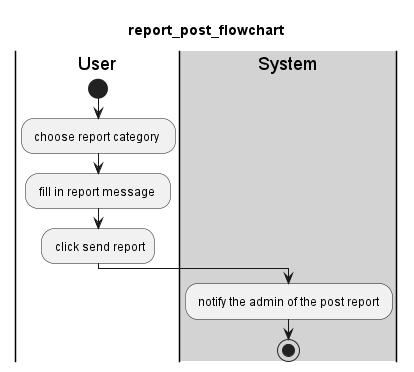
Earlier version of the PlantUML export out/Diagram/flowchart/post/report_post_flowchart/report_post_flowchart.png (KTPx4/Social_Media). Its diagram source:
```plantuml
@startuml
title report_post_flowchart
|User|
start
: choose report category  ;
: fill in report message  ;
: click send report;
|#lightgray|System|
: notify the admin of the post report ;
stop
@enduml
```
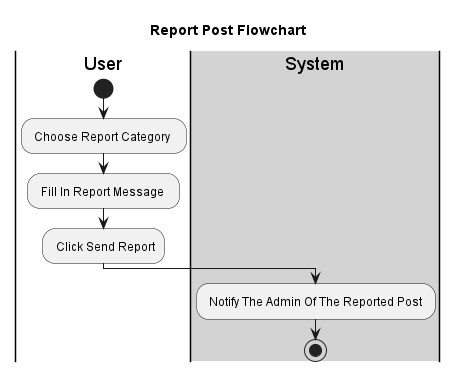
The same diagram one commit later.

Diff of the diagram source:
```diff
@@ -1,11 +1,11 @@
 @startuml
-title report_post_flowchart
+title Report Post Flowchart
 |User|
 start
-: choose report category  ;
-: fill in report message  ;
-: click send report;
+: Choose Report Category  ;
+: Fill In Report Message  ;
+: Click Send Report;
 |#lightgray|System|
-: notify the admin of the post report ;
+: Notify The Admin Of The Reported Post ;
 stop
 @enduml
```
